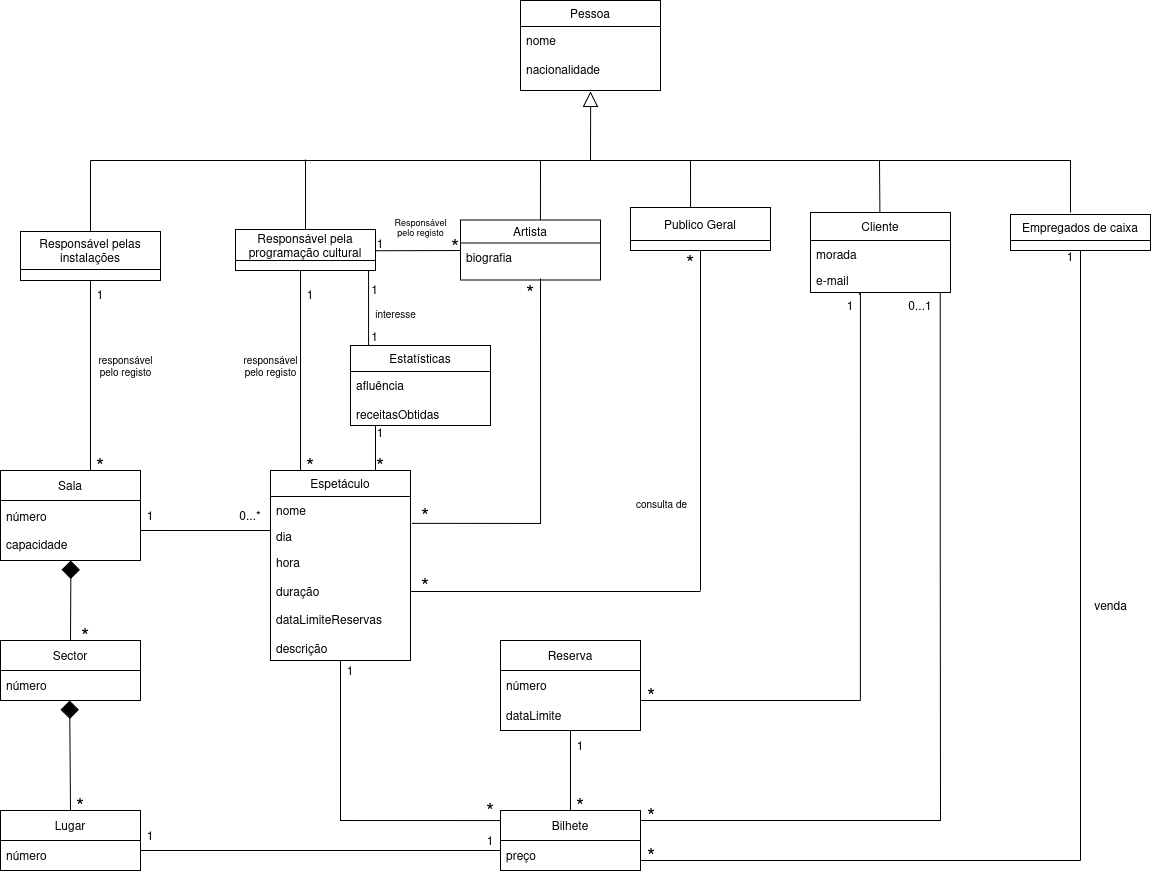
leorsd/ESOF_UML keeps this draw.io diagram as UML_Classes.drawio.png. Above is the earlier version. Source tidied: cells renumbered, new cells last; positions are measured from the earlier drawing's top-left corner, leaving out a move shared by most shapes.
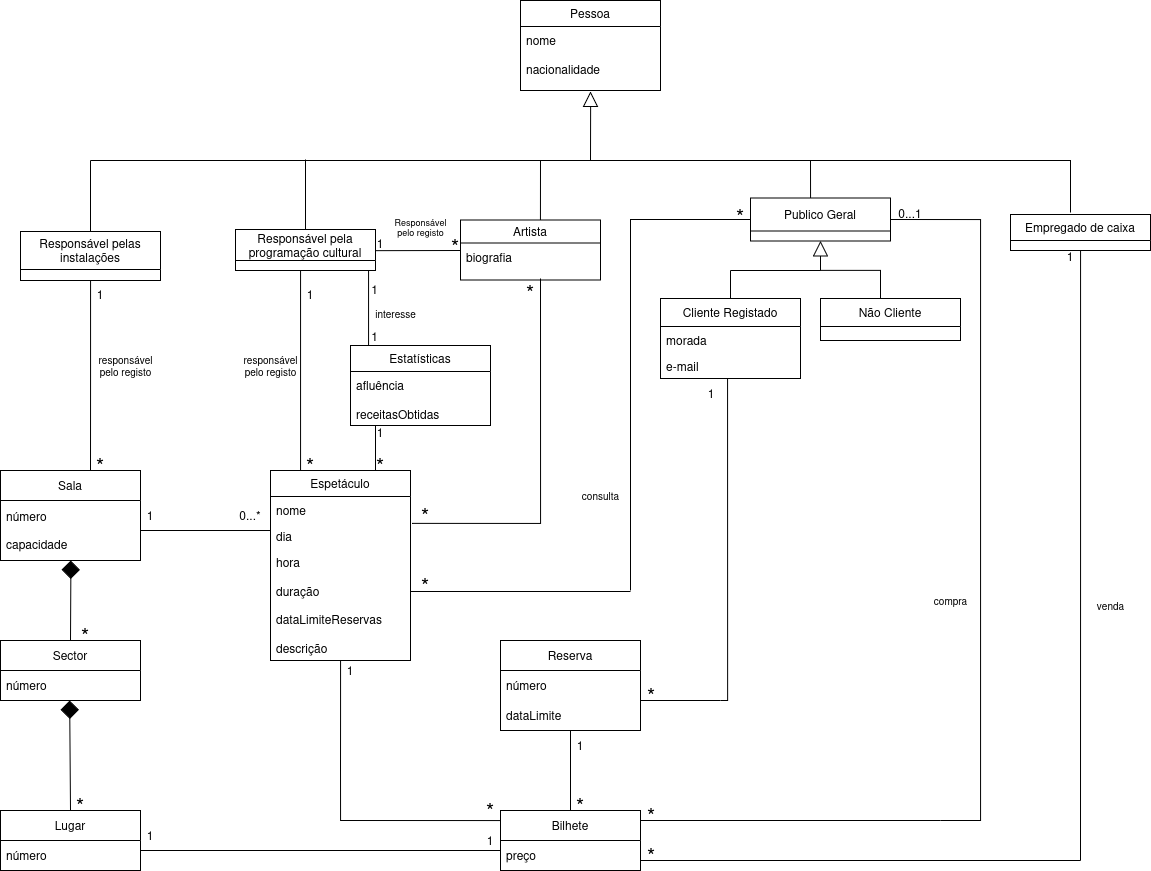
Later version of the same file.

What changed in the source:
```diff
@@ -81,7 +81,7 @@
     </mxCell>
     <mxCell id="23" style="edgeStyle=orthogonalEdgeStyle;rounded=0;jettySize=auto;html=1;endArrow=none;startFill=0;" parent="1" edge="1" source="24">
       <mxGeometry relative="1" as="geometry">
-        <mxPoint x="940" y="810" as="targetPoint" />
+        <mxPoint x="940" y="820" as="targetPoint" />
         <Array as="points">
           <mxPoint x="940" y="820" />
         </Array>
@@ -123,7 +123,7 @@
     </mxCell>
     <mxCell id="31" style="endArrow=none;html=1;rounded=0;exitX=0.429;exitY=-0.002;exitDx=0;exitDy=0;exitPerimeter=0;" parent="1" edge="1" source="54">
       <mxGeometry relative="1" as="geometry">
-        <mxPoint x="690" y="160" as="targetPoint" />
+        <mxPoint x="810" y="160" as="targetPoint" />
       </mxGeometry>
     </mxCell>
     <mxCell id="32" style="endArrow=none;html=1;rounded=0;exitX=0.5;exitY=0;exitDx=0;exitDy=0;" parent="1" edge="1" source="22">
@@ -164,27 +164,12 @@
     <mxCell id="41" value="&lt;div&gt;responsável&lt;/div&gt;&lt;div&gt;pelo registo&lt;/div&gt;" style="text;html=1;align=center;verticalAlign=middle;strokeColor=none;fillColor=none;fontSize=10;" parent="1" vertex="1">
       <mxGeometry x="85" y="345" width="80" height="40" as="geometry" />
     </mxCell>
-    <mxCell id="42" style="endArrow=none;html=1;rounded=0;" parent="1" edge="1">
-      <mxGeometry relative="1" as="geometry">
-        <mxPoint x="879.4" y="212" as="sourcePoint" />
-        <mxPoint x="879" y="160" as="targetPoint" />
-      </mxGeometry>
-    </mxCell>
     <mxCell id="43" style="endArrow=none;html=1;rounded=0;" parent="1" edge="1">
       <mxGeometry relative="1" as="geometry">
         <mxPoint x="90" y="160" as="sourcePoint" />
         <mxPoint x="470" y="160" as="targetPoint" />
       </mxGeometry>
     </mxCell>
-    <mxCell id="44" value="Cliente" style="swimlane;fontStyle=0;horizontal=1;startSize=28;fillColor=none;whiteSpace=wrap;html=1;" parent="1" vertex="1">
-      <mxGeometry x="810" y="212" width="140" height="80" as="geometry" />
-    </mxCell>
-    <mxCell id="45" value="morada" style="text;strokeColor=none;fillColor=none;align=left;verticalAlign=top;spacingLeft=4;spacingRight=4;overflow=hidden;whiteSpace=wrap;html=1;" parent="44" vertex="1">
-      <mxGeometry y="28" width="140" height="26" as="geometry" />
-    </mxCell>
-    <mxCell id="46" value="e-mail" style="text;strokeColor=none;fillColor=none;align=left;verticalAlign=top;spacingLeft=4;spacingRight=4;overflow=hidden;points=[[0,0.5],[1,0.5]];portConstraint=eastwest;whiteSpace=wrap;html=1;" parent="44" vertex="1">
-      <mxGeometry y="54" width="140" height="26" as="geometry" />
-    </mxCell>
     <mxCell id="47" value="Pessoa" style="swimlane;fontStyle=0;horizontal=1;startSize=26;fillColor=none;whiteSpace=wrap;html=1;" parent="1" vertex="1">
       <mxGeometry x="520" width="140" height="90" as="geometry" />
     </mxCell>
@@ -208,16 +193,20 @@
         <mxPoint x="1080" y="860" as="targetPoint" />
       </mxGeometry>
     </mxCell>
-    <mxCell id="52" value="Empregados de caixa" style="swimlane;fontStyle=0;horizontal=1;startSize=26;fillColor=none;whiteSpace=wrap;html=1;" parent="1" vertex="1">
+    <mxCell id="52" value="Empregado de caixa" style="swimlane;fontStyle=0;horizontal=1;startSize=26;fillColor=none;whiteSpace=wrap;html=1;" parent="1" vertex="1">
       <mxGeometry x="1010" y="214" width="140" height="36" as="geometry" />
     </mxCell>
     <mxCell id="53" style="edgeStyle=orthogonalEdgeStyle;rounded=0;jettySize=auto;html=1;endArrow=none;startFill=0;" parent="1" edge="1" source="54">
       <mxGeometry relative="1" as="geometry">
-        <mxPoint x="700" y="590" as="targetPoint" />
+        <mxPoint x="630" y="590" as="targetPoint" />
+        <Array as="points">
+          <mxPoint x="630" y="219" />
+          <mxPoint x="630" y="590" />
+        </Array>
       </mxGeometry>
     </mxCell>
     <mxCell id="54" value="Publico Geral" style="swimlane;fontStyle=0;horizontal=1;startSize=33;fillColor=none;whiteSpace=wrap;html=1;" parent="1" vertex="1">
-      <mxGeometry x="630" y="207" width="140" height="43" as="geometry" />
+      <mxGeometry x="750" y="197.5" width="140" height="43" as="geometry" />
     </mxCell>
     <mxCell id="55" value="1" style="text;html=1;align=center;verticalAlign=middle;whiteSpace=wrap;rounded=0;" parent="1" vertex="1">
       <mxGeometry x="120" y="820" width="60" height="30" as="geometry" />
@@ -225,9 +214,13 @@
     <mxCell id="56" value="1" style="text;html=1;align=center;verticalAlign=middle;whiteSpace=wrap;rounded=0;" parent="1" vertex="1">
       <mxGeometry x="460" y="825" width="60" height="30" as="geometry" />
     </mxCell>
-    <mxCell id="57" style="edgeStyle=orthogonalEdgeStyle;rounded=0;jettySize=auto;html=1;exitX=0.927;exitY=1.005;exitDx=0;exitDy=0;exitPerimeter=0;endArrow=none;startFill=0;" parent="1" edge="1" source="46">
+    <mxCell id="57" style="edgeStyle=orthogonalEdgeStyle;rounded=0;jettySize=auto;html=1;exitX=1;exitY=0.5;exitDx=0;exitDy=0;endArrow=none;startFill=0;" parent="1" edge="1" source="54">
       <mxGeometry relative="1" as="geometry">
-        <mxPoint x="940" y="810" as="targetPoint" />
+        <mxPoint x="940" y="820" as="targetPoint" />
+        <Array as="points">
+          <mxPoint x="980" y="219" />
+          <mxPoint x="980" y="820" />
+        </Array>
       </mxGeometry>
     </mxCell>
     <mxCell id="58" value="&lt;font&gt;*&lt;/font&gt;" style="text;html=1;align=center;verticalAlign=middle;whiteSpace=wrap;rounded=0;fontSize=21;" parent="1" vertex="1">
@@ -236,11 +229,11 @@
     <mxCell id="59" style="edgeStyle=orthogonalEdgeStyle;rounded=0;orthogonalLoop=1;jettySize=auto;html=1;endArrow=none;startFill=0;" parent="1" edge="1">
       <mxGeometry relative="1" as="geometry">
         <mxPoint x="410" y="591" as="sourcePoint" />
-        <mxPoint x="700" y="591" as="targetPoint" />
+        <mxPoint x="630" y="591" as="targetPoint" />
       </mxGeometry>
     </mxCell>
     <mxCell id="60" value="0...1" style="text;html=1;align=center;verticalAlign=middle;whiteSpace=wrap;rounded=0;" parent="1" vertex="1">
-      <mxGeometry x="890" y="290" width="60" height="30" as="geometry" />
+      <mxGeometry x="880" y="197.5" width="60" height="30" as="geometry" />
     </mxCell>
     <mxCell id="61" value="&lt;font&gt;*&lt;/font&gt;" style="text;html=1;align=center;verticalAlign=middle;whiteSpace=wrap;rounded=0;fontSize=21;" parent="1" vertex="1">
       <mxGeometry x="621" y="800" width="60" height="30" as="geometry" />
@@ -260,18 +253,18 @@
     <mxCell id="64" value="&lt;font&gt;*&lt;/font&gt;" style="text;html=1;align=center;verticalAlign=middle;whiteSpace=wrap;rounded=0;fontSize=21;" parent="1" vertex="1">
       <mxGeometry x="460" y="795" width="60" height="30" as="geometry" />
     </mxCell>
-    <mxCell id="65" value="consulta de" style="text;html=1;align=center;verticalAlign=middle;strokeColor=none;fillColor=none;fontSize=10;" parent="1" vertex="1">
-      <mxGeometry x="626" y="488" width="70" height="30" as="geometry" />
+    <mxCell id="65" value="consulta" style="text;html=1;align=center;verticalAlign=middle;strokeColor=none;fillColor=none;fontSize=10;" parent="1" vertex="1">
+      <mxGeometry x="570" y="480" width="60" height="30" as="geometry" />
     </mxCell>
     <mxCell id="66" value="&lt;font&gt;*&lt;/font&gt;" style="text;html=1;align=center;verticalAlign=middle;whiteSpace=wrap;rounded=0;fontSize=21;" parent="1" vertex="1">
       <mxGeometry x="395" y="570" width="60" height="30" as="geometry" />
     </mxCell>
     <mxCell id="67" value="&lt;font&gt;*&lt;/font&gt;" style="text;html=1;align=center;verticalAlign=middle;whiteSpace=wrap;rounded=0;fontSize=21;" parent="1" vertex="1">
-      <mxGeometry x="660" y="247" width="60" height="30" as="geometry" />
+      <mxGeometry x="710" y="201" width="60" height="30" as="geometry" />
     </mxCell>
     <mxCell id="68" style="edgeStyle=orthogonalEdgeStyle;rounded=0;jettySize=auto;html=1;endArrow=none;startFill=0;" parent="1" edge="1" source="70">
       <mxGeometry relative="1" as="geometry">
-        <mxPoint x="860" y="700" as="targetPoint" />
+        <mxPoint x="720" y="700" as="targetPoint" />
         <Array as="points">
           <mxPoint x="690" y="700" />
           <mxPoint x="690" y="700" />
@@ -290,16 +283,16 @@
     <mxCell id="72" value="dataLimite" style="text;strokeColor=none;fillColor=none;align=left;verticalAlign=middle;spacingLeft=4;spacingRight=4;overflow=hidden;whiteSpace=wrap;html=1;" parent="70" vertex="1">
       <mxGeometry y="60" width="140" height="30" as="geometry" />
     </mxCell>
-    <mxCell id="73" style="edgeStyle=orthogonalEdgeStyle;rounded=0;jettySize=auto;html=1;exitX=0.349;exitY=1.077;exitDx=0;exitDy=0;exitPerimeter=0;endArrow=none;startFill=0;" parent="1" edge="1" source="46">
+    <mxCell id="73" style="edgeStyle=orthogonalEdgeStyle;rounded=0;jettySize=auto;html=1;endArrow=none;startFill=0;exitX=0.479;exitY=1;exitDx=0;exitDy=0;exitPerimeter=0;" parent="1" edge="1" source="46">
       <mxGeometry relative="1" as="geometry">
-        <mxPoint x="860" y="700" as="targetPoint" />
+        <mxPoint x="720" y="700" as="targetPoint" />
         <Array as="points">
-          <mxPoint x="860" y="292" />
+          <mxPoint x="727" y="700" />
         </Array>
       </mxGeometry>
     </mxCell>
     <mxCell id="74" value="1" style="text;html=1;align=center;verticalAlign=middle;whiteSpace=wrap;rounded=0;" parent="1" vertex="1">
-      <mxGeometry x="820" y="290" width="60" height="30" as="geometry" />
+      <mxGeometry x="681" y="378" width="60" height="30" as="geometry" />
     </mxCell>
     <mxCell id="75" value="&lt;font&gt;*&lt;/font&gt;" style="text;html=1;align=center;verticalAlign=middle;whiteSpace=wrap;rounded=0;fontSize=21;" parent="1" vertex="1">
       <mxGeometry x="621" y="680" width="60" height="30" as="geometry" />
@@ -325,8 +318,8 @@
     <mxCell id="80" value="1" style="text;html=1;align=center;verticalAlign=middle;whiteSpace=wrap;rounded=0;" parent="1" vertex="1">
       <mxGeometry x="1040" y="240.5" width="60" height="30" as="geometry" />
     </mxCell>
-    <mxCell id="81" value="venda" style="text;html=1;align=center;verticalAlign=middle;strokeColor=none;fillColor=none;" parent="1" vertex="1">
-      <mxGeometry x="1080" y="590" width="60" height="30" as="geometry" />
+    <mxCell id="81" value="venda" style="text;html=1;align=center;verticalAlign=middle;strokeColor=none;fillColor=none;fontSize=10;" parent="1" vertex="1">
+      <mxGeometry x="1085" y="590" width="50" height="30" as="geometry" />
     </mxCell>
     <mxCell id="82" style="edgeStyle=orthogonalEdgeStyle;rounded=0;jettySize=auto;html=1;entryX=0.75;entryY=0;entryDx=0;entryDy=0;endArrow=none;startFill=0;" parent="1" edge="1" source="83" target="15">
       <mxGeometry relative="1" as="geometry">
@@ -378,5 +371,42 @@
     <mxCell id="94" value="1" style="text;html=1;align=center;verticalAlign=middle;whiteSpace=wrap;rounded=0;spacingTop=0;spacing=2;spacingBottom=7;" parent="1" vertex="1">
       <mxGeometry x="350" y="231" width="60" height="30" as="geometry" />
     </mxCell>
+    <mxCell id="95" style="edgeStyle=orthogonalEdgeStyle;rounded=0;orthogonalLoop=1;jettySize=auto;html=1;endArrow=none;startFill=0;" parent="1" edge="1">
+      <mxGeometry relative="1" as="geometry">
+        <mxPoint x="730" y="298" as="sourcePoint" />
+        <mxPoint x="730" y="270" as="targetPoint" />
+      </mxGeometry>
+    </mxCell>
+    <mxCell id="96" style="endArrow=block;html=1;rounded=0;entryX=0.501;entryY=1.014;entryDx=0;entryDy=0;exitX=0.5;exitY=0;exitDx=0;exitDy=0;entryPerimeter=0;endFill=0;endSize=13;" parent="1" edge="1">
+      <mxGeometry relative="1" as="geometry">
+        <mxPoint x="880" y="298" as="sourcePoint" />
+        <mxPoint x="820" y="240.5" as="targetPoint" />
+        <Array as="points">
+          <mxPoint x="880" y="270" />
+          <mxPoint x="820" y="270" />
+        </Array>
+      </mxGeometry>
+    </mxCell>
+    <mxCell id="97" style="edgeStyle=orthogonalEdgeStyle;rounded=0;orthogonalLoop=1;jettySize=auto;html=1;endArrow=none;startFill=0;" parent="1" edge="1">
+      <mxGeometry relative="1" as="geometry">
+        <mxPoint x="820" y="270" as="sourcePoint" />
+        <mxPoint x="730" y="270" as="targetPoint" />
+      </mxGeometry>
+    </mxCell>
+    <mxCell id="98" value="Não Cliente" style="swimlane;fontStyle=0;horizontal=1;startSize=28;fillColor=none;whiteSpace=wrap;html=1;" parent="1" vertex="1">
+      <mxGeometry x="820" y="298" width="140" height="42" as="geometry" />
+    </mxCell>
+    <mxCell id="99" value="Cliente Registado" style="swimlane;fontStyle=0;horizontal=1;startSize=28;fillColor=none;whiteSpace=wrap;html=1;" parent="1" vertex="1">
+      <mxGeometry x="660" y="298" width="140" height="80" as="geometry" />
+    </mxCell>
+    <mxCell id="45" value="morada" style="text;strokeColor=none;fillColor=none;align=left;verticalAlign=top;spacingLeft=4;spacingRight=4;overflow=hidden;whiteSpace=wrap;html=1;" parent="99" vertex="1">
+      <mxGeometry y="28" width="140" height="26" as="geometry" />
+    </mxCell>
+    <mxCell id="46" value="e-mail" style="text;strokeColor=none;fillColor=none;align=left;verticalAlign=top;spacingLeft=4;spacingRight=4;overflow=hidden;points=[[0,0.5],[1,0.5]];portConstraint=eastwest;whiteSpace=wrap;html=1;" parent="99" vertex="1">
+      <mxGeometry y="54" width="140" height="26" as="geometry" />
+    </mxCell>
+    <mxCell id="100" value="compra" style="text;html=1;align=center;verticalAlign=middle;strokeColor=none;fillColor=none;fontSize=10;" parent="1" vertex="1">
+      <mxGeometry x="920" y="585" width="60" height="30" as="geometry" />
+    </mxCell>
   </root>
 </mxGraphModel>
```
